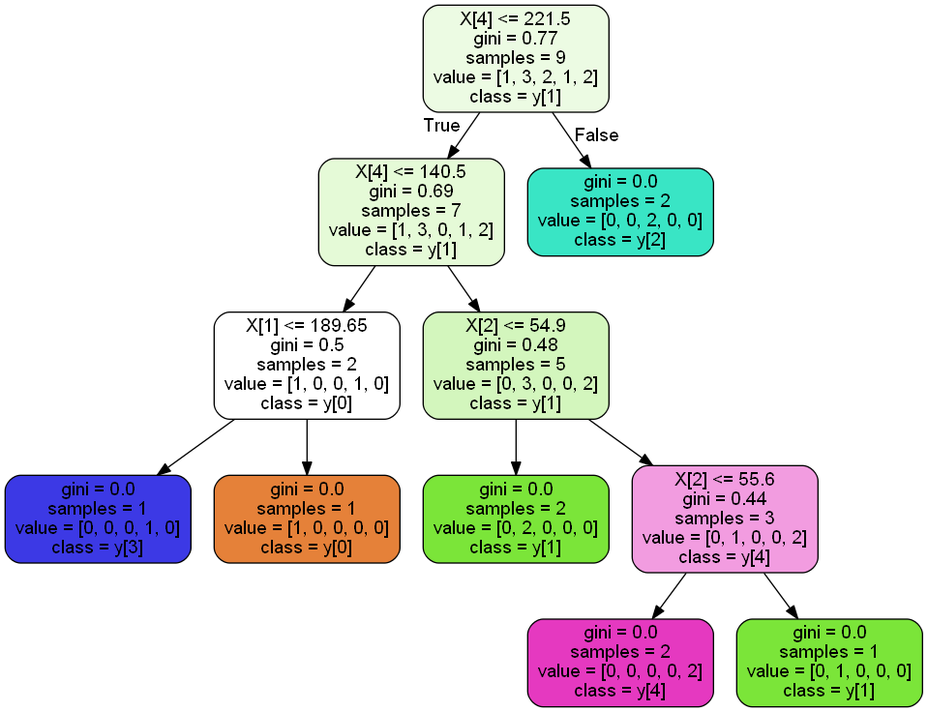
The Graphviz diagram treerace.png in AndreaDagg/DecisIonCAr, before a commit. Its source is kept beside it as treerace.dot.
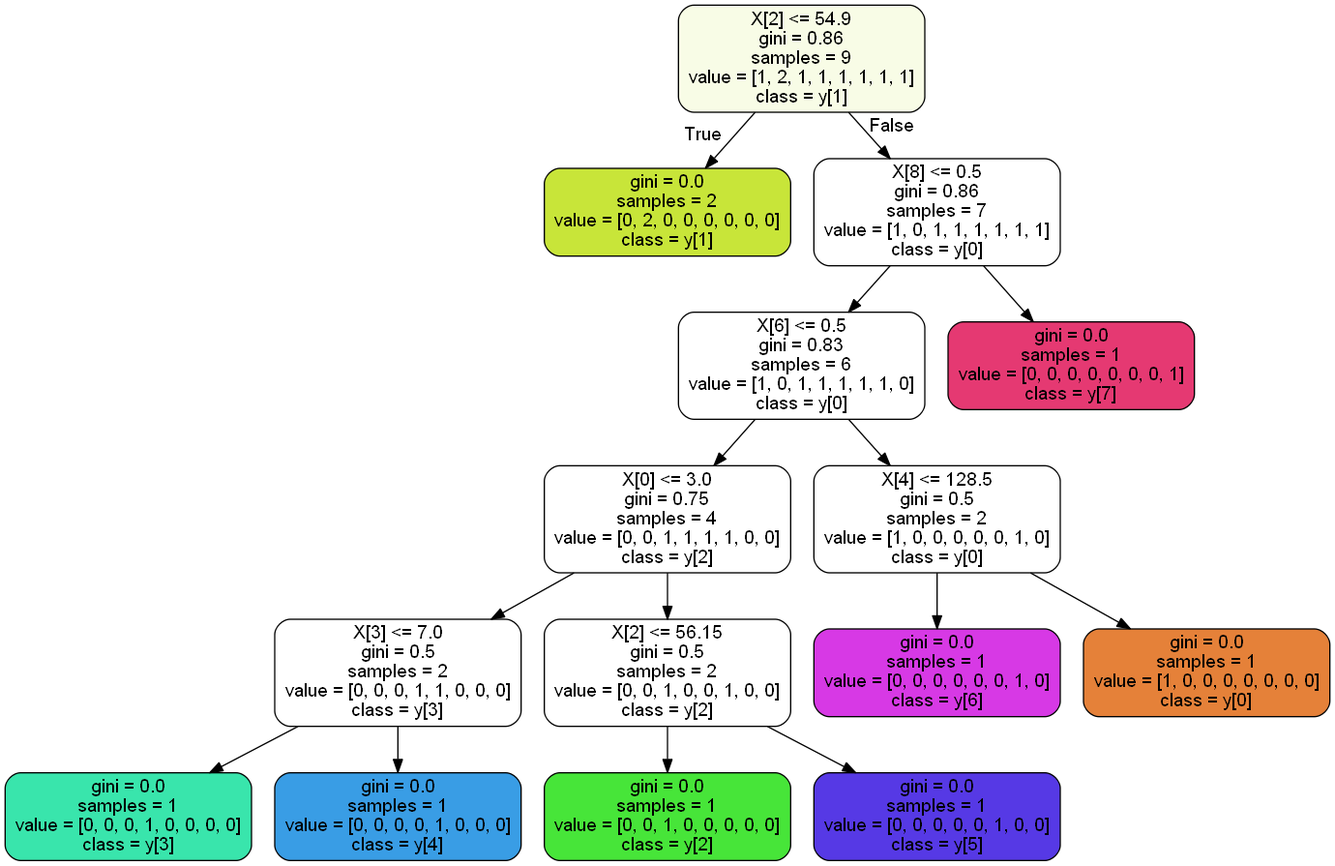
After the change.

The edit, as a diff of the source:
```diff
@@ -1,25 +1,33 @@
 digraph Tree {
 node [shape=box, style="filled, rounded", color="black", fontname=helvetica] ;
 edge [fontname=helvetica] ;
-0 [label="X[4] <= 221.5\ngini = 0.77\nsamples = 9\nvalue = [1, 3, 2, 1, 2]\nclass = y[1]", fillcolor="#ecfbe3"] ;
-1 [label="X[4] <= 140.5\ngini = 0.69\nsamples = 7\nvalue = [1, 3, 0, 1, 2]\nclass = y[1]", fillcolor="#e5fad7"] ;
+0 [label="X[2] <= 54.9\ngini = 0.86\nsamples = 9\nvalue = [1, 2, 1, 1, 1, 1, 1, 1]\nclass = y[1]", fillcolor="#f8fce6"] ;
+1 [label="gini = 0.0\nsamples = 2\nvalue = [0, 2, 0, 0, 0, 0, 0, 0]\nclass = y[1]", fillcolor="#c8e539"] ;
 0 -> 1 [labeldistance=2.5, labelangle=45, headlabel="True"] ;
-2 [label="X[1] <= 189.65\ngini = 0.5\nsamples = 2\nvalue = [1, 0, 0, 1, 0]\nclass = y[0]", fillcolor="#ffffff"] ;
-1 -> 2 ;
-3 [label="gini = 0.0\nsamples = 1\nvalue = [0, 0, 0, 1, 0]\nclass = y[3]", fillcolor="#3c39e5"] ;
+2 [label="X[8] <= 0.5\ngini = 0.86\nsamples = 7\nvalue = [1, 0, 1, 1, 1, 1, 1, 1]\nclass = y[0]", fillcolor="#ffffff"] ;
+0 -> 2 [labeldistance=2.5, labelangle=-45, headlabel="False"] ;
+3 [label="X[6] <= 0.5\ngini = 0.83\nsamples = 6\nvalue = [1, 0, 1, 1, 1, 1, 1, 0]\nclass = y[0]", fillcolor="#ffffff"] ;
 2 -> 3 ;
-4 [label="gini = 0.0\nsamples = 1\nvalue = [1, 0, 0, 0, 0]\nclass = y[0]", fillcolor="#e58139"] ;
-2 -> 4 ;
-5 [label="X[2] <= 54.9\ngini = 0.48\nsamples = 5\nvalue = [0, 3, 0, 0, 2]\nclass = y[1]", fillcolor="#d3f6bd"] ;
-1 -> 5 ;
-6 [label="gini = 0.0\nsamples = 2\nvalue = [0, 2, 0, 0, 0]\nclass = y[1]", fillcolor="#7be539"] ;
+4 [label="X[0] <= 3.0\ngini = 0.75\nsamples = 4\nvalue = [0, 0, 1, 1, 1, 1, 0, 0]\nclass = y[2]", fillcolor="#ffffff"] ;
+3 -> 4 ;
+5 [label="X[3] <= 7.0\ngini = 0.5\nsamples = 2\nvalue = [0, 0, 0, 1, 1, 0, 0, 0]\nclass = y[3]", fillcolor="#ffffff"] ;
+4 -> 5 ;
+6 [label="gini = 0.0\nsamples = 1\nvalue = [0, 0, 0, 1, 0, 0, 0, 0]\nclass = y[3]", fillcolor="#39e5ac"] ;
 5 -> 6 ;
-7 [label="X[2] <= 55.6\ngini = 0.44\nsamples = 3\nvalue = [0, 1, 0, 0, 2]\nclass = y[4]", fillcolor="#f29ce0"] ;
+7 [label="gini = 0.0\nsamples = 1\nvalue = [0, 0, 0, 0, 1, 0, 0, 0]\nclass = y[4]", fillcolor="#399de5"] ;
 5 -> 7 ;
-8 [label="gini = 0.0\nsamples = 2\nvalue = [0, 0, 0, 0, 2]\nclass = y[4]", fillcolor="#e539c0"] ;
-7 -> 8 ;
-9 [label="gini = 0.0\nsamples = 1\nvalue = [0, 1, 0, 0, 0]\nclass = y[1]", fillcolor="#7be539"] ;
-7 -> 9 ;
-10 [label="gini = 0.0\nsamples = 2\nvalue = [0, 0, 2, 0, 0]\nclass = y[2]", fillcolor="#39e5c5"] ;
-0 -> 10 [labeldistance=2.5, labelangle=-45, headlabel="False"] ;
+8 [label="X[2] <= 56.15\ngini = 0.5\nsamples = 2\nvalue = [0, 0, 1, 0, 0, 1, 0, 0]\nclass = y[2]", fillcolor="#ffffff"] ;
+4 -> 8 ;
+9 [label="gini = 0.0\nsamples = 1\nvalue = [0, 0, 1, 0, 0, 0, 0, 0]\nclass = y[2]", fillcolor="#47e539"] ;
+8 -> 9 ;
+10 [label="gini = 0.0\nsamples = 1\nvalue = [0, 0, 0, 0, 0, 1, 0, 0]\nclass = y[5]", fillcolor="#5639e5"] ;
+8 -> 10 ;
+11 [label="X[4] <= 128.5\ngini = 0.5\nsamples = 2\nvalue = [1, 0, 0, 0, 0, 0, 1, 0]\nclass = y[0]", fillcolor="#ffffff"] ;
+3 -> 11 ;
+12 [label="gini = 0.0\nsamples = 1\nvalue = [0, 0, 0, 0, 0, 0, 1, 0]\nclass = y[6]", fillcolor="#d739e5"] ;
+11 -> 12 ;
+13 [label="gini = 0.0\nsamples = 1\nvalue = [1, 0, 0, 0, 0, 0, 0, 0]\nclass = y[0]", fillcolor="#e58139"] ;
+11 -> 13 ;
+14 [label="gini = 0.0\nsamples = 1\nvalue = [0, 0, 0, 0, 0, 0, 0, 1]\nclass = y[7]", fillcolor="#e53972"] ;
+2 -> 14 ;
 }
```
